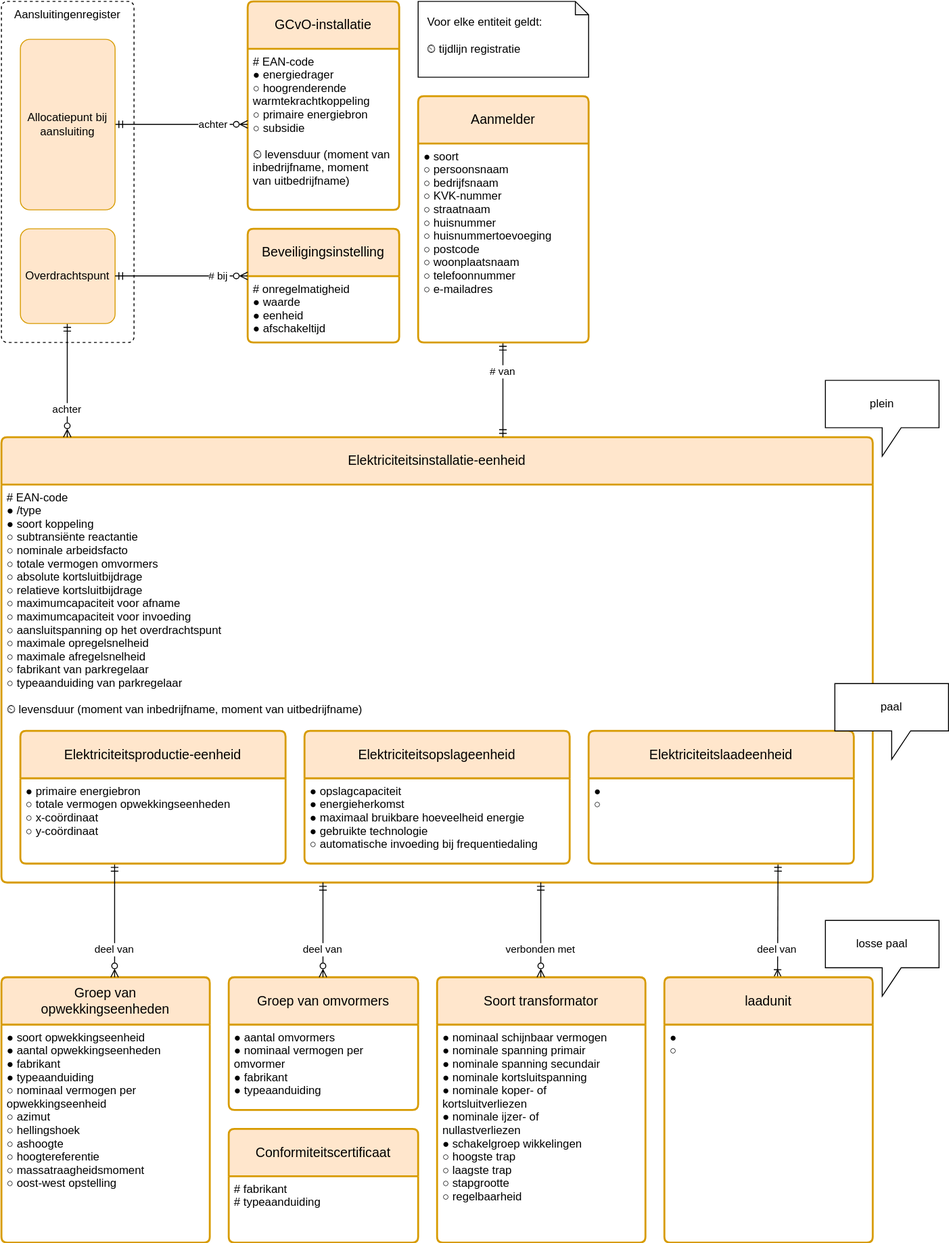
This is registers/installatieregister/1.1/installatieregister.drawio.svg from Netbeheer-Nederland/stelsel, a draw.io export, as it was before one commit. Source tidied: cells renumbered, new cells last; positions are measured from the earlier drawing's top-left corner, leaving out a move shared by most shapes.
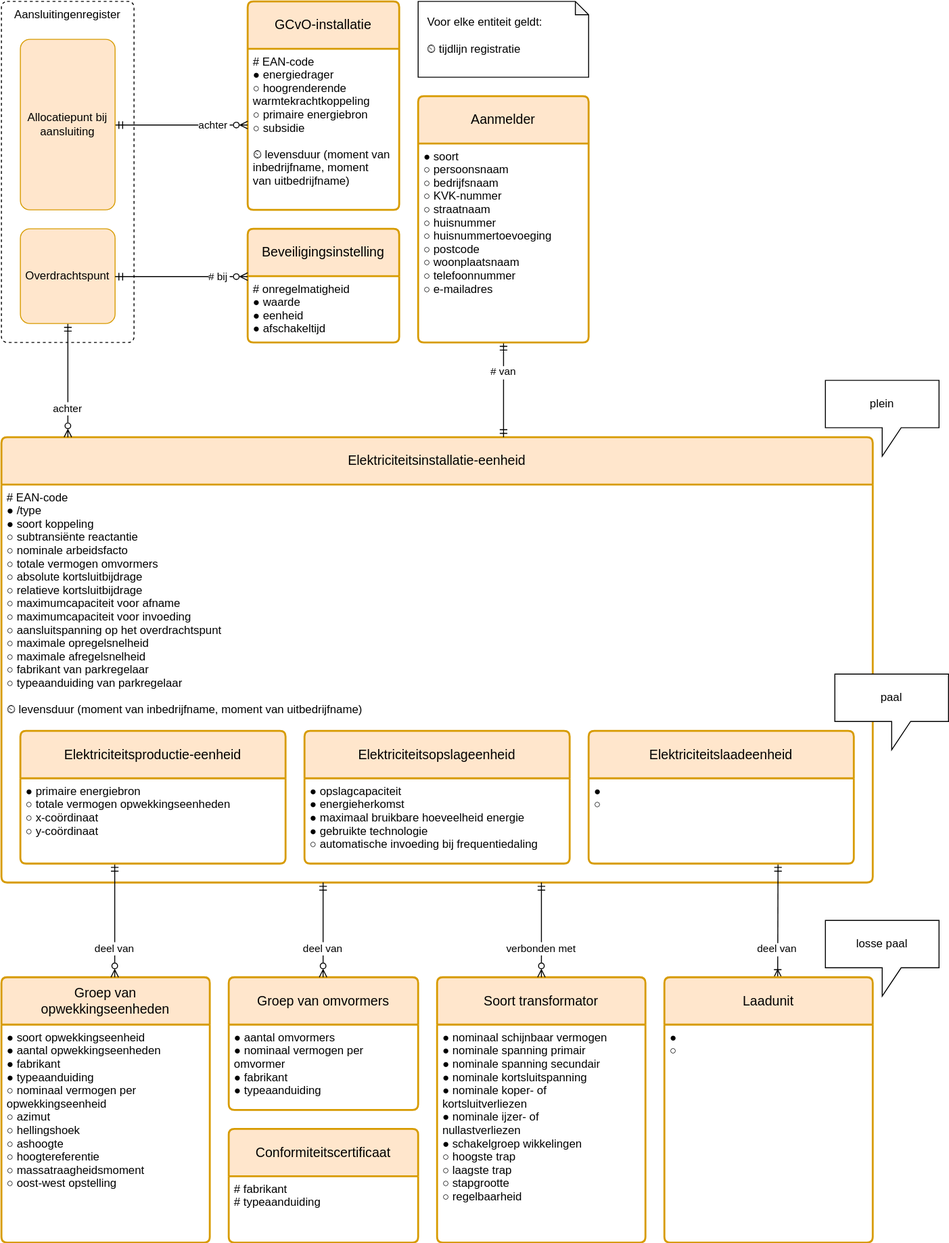
The same file after the commit.

The edit, as a diff of the source:
```diff
@@ -109,7 +109,7 @@
         <mxPoint y="20" as="offset" />
       </mxGeometry>
     </mxCell>
-    <mxCell id="36" value="laadunit" style="swimlane;horizontal=1;startSize=50;rounded=1;fontSize=14;fontStyle=0;strokeWidth=2;shadow=0;dashed=0;align=center;fillColor=#ffe6cc;strokeColor=#d79b00;arcSize=4;whiteSpace=wrap;spacing=10;" parent="1" vertex="1">
+    <mxCell id="36" value="Laadunit" style="swimlane;horizontal=1;startSize=50;rounded=1;fontSize=14;fontStyle=0;strokeWidth=2;shadow=0;dashed=0;align=center;fillColor=#ffe6cc;strokeColor=#d79b00;arcSize=4;whiteSpace=wrap;spacing=10;" parent="1" vertex="1">
       <mxGeometry x="700" y="1030" width="220" height="280" as="geometry" />
     </mxCell>
     <mxCell id="37" value="● &#10;○ " style="align=left;strokeColor=none;fillColor=none;spacingLeft=4;fontSize=12;verticalAlign=top;" parent="36" vertex="1">
@@ -128,7 +128,7 @@
       <mxGeometry x="870" y="400" width="120" height="80" as="geometry" />
     </mxCell>
     <mxCell id="42" value="paal" style="shape=callout;whiteSpace=wrap;html=1;perimeter=calloutPerimeter;" parent="1" vertex="1">
-      <mxGeometry x="880" y="720" width="120" height="80" as="geometry" />
+      <mxGeometry x="880" y="710" width="120" height="80" as="geometry" />
     </mxCell>
     <mxCell id="43" value="losse paal" style="shape=callout;whiteSpace=wrap;html=1;perimeter=calloutPerimeter;" parent="1" vertex="1">
       <mxGeometry x="870" y="970" width="120" height="80" as="geometry" />
```
